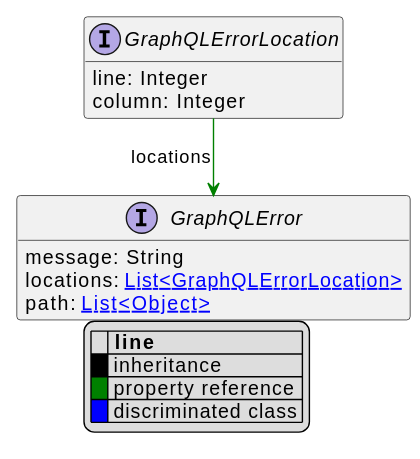
Above: uml/api/svg/GraphQLErrorLocation.svg in commercetools/commercetools-api-reference (PlantUML), before the change. Its diagram source:
```plantuml
@startuml
!pragma layout elk
hide empty fields
hide empty methods
legend
|= |= line |
|<back:black>   </back>| inheritance |
|<back:green>   </back>| property reference |
|<back:blue>   </back>| discriminated class |
endlegend
interface GraphQLErrorLocation [[GraphQLErrorLocation.svg]]  {
    line: Integer
    column: Integer
}



interface GraphQLError [[GraphQLError.svg]]  {
    message: String
    locations: [[GraphQLErrorLocation.svg List<GraphQLErrorLocation>]]
    path: [[Object.svg List<Object>]]
}

GraphQLErrorLocation --> GraphQLError #green;text:green : "locations"
@enduml
```
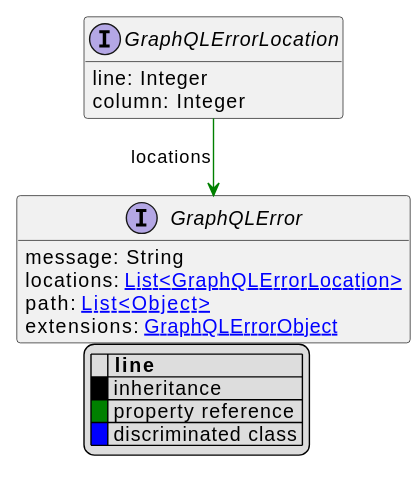
The same file after the commit.

Diff of the diagram source:
```diff
@@ -19,6 +19,7 @@
     message: String
     locations: [[GraphQLErrorLocation.svg List<GraphQLErrorLocation>]]
     path: [[Object.svg List<Object>]]
+    extensions: [[GraphQLErrorObject.svg GraphQLErrorObject]]
 }
 
 GraphQLErrorLocation --> GraphQLError #green;text:green : "locations"
```
